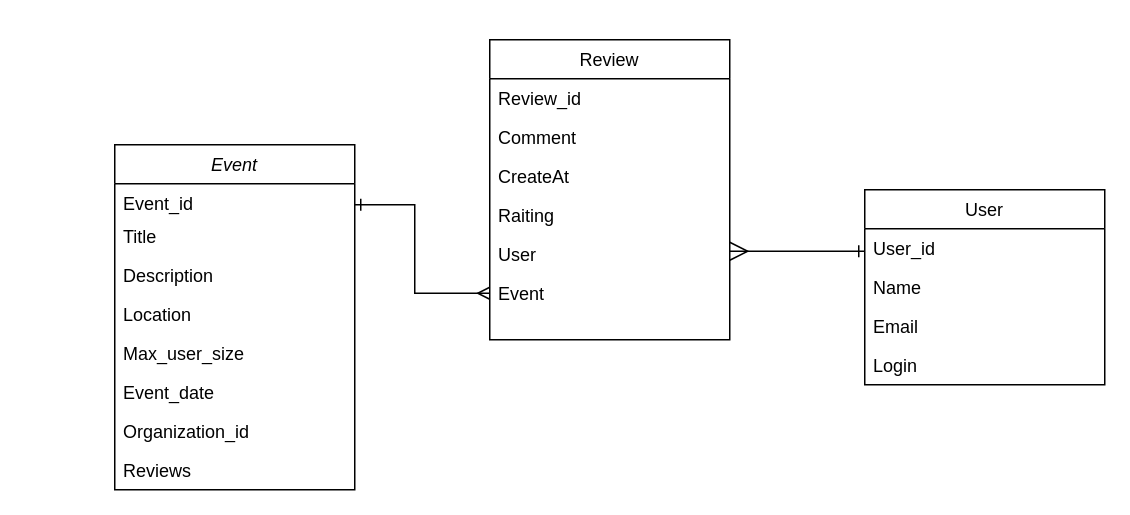
Earlier version of the draw.io diagram src/main/resources/diagrams/EventService.drawio (Kolbasalive/EventService). Source tidied: cells renumbered, new cells numbered last; positions are measured from the earlier drawing's top-left corner, leaving out a move shared by most shapes. Both pictures are drawn from the tidied source at 150%, with x=0, y=0 at pixel (114, 39).
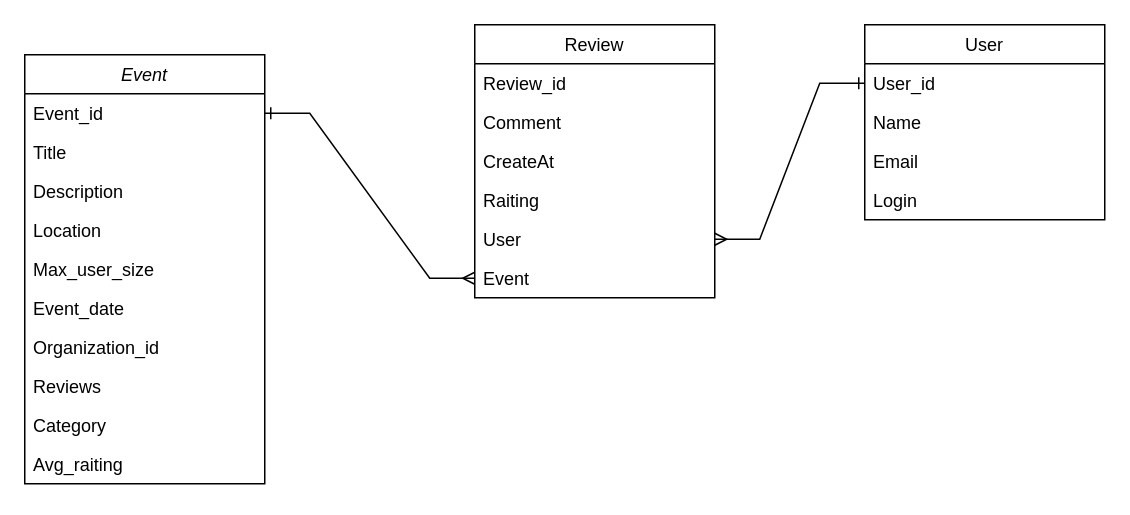
The same diagram, later.

Unchanged cells that the change refers to:
```xml
<mxCell id="12" value="User_id" style="text;align=left;verticalAlign=top;spacingLeft=4;spacingRight=4;overflow=hidden;points=[[0,0.5],[1,0.5]];portConstraint=eastwest;" parent="11" vertex="1">
  <mxGeometry y="26" width="160" height="26" as="geometry" />
</mxCell>
<mxCell id="22" value="User" style="text;align=left;verticalAlign=top;spacingLeft=4;spacingRight=4;overflow=hidden;points=[[0,0.5],[1,0.5]];portConstraint=eastwest;rounded=0;shadow=0;html=0;" parent="17" vertex="1">
  <mxGeometry y="130" width="160" height="26" as="geometry" />
</mxCell>
<mxCell id="23" value="Event" style="text;align=left;verticalAlign=top;spacingLeft=4;spacingRight=4;overflow=hidden;points=[[0,0.5],[1,0.5]];portConstraint=eastwest;rounded=0;shadow=0;html=0;" parent="17" vertex="1">
  <mxGeometry y="156" width="160" height="26" as="geometry" />
</mxCell>
```

Diff of the diagram source:
```diff
@@
     <mxCell id="2" value="Event" style="swimlane;fontStyle=2;align=center;verticalAlign=top;horizontal=1;startSize=26;rounded=0;shadow=0;strokeWidth=1;" parent="1" vertex="1">
-      <mxGeometry y="70" width="160" height="230" as="geometry" />
+      <mxGeometry x="-60" y="10" width="160" height="286" as="geometry" />
     </mxCell>
     <mxCell id="3" value="Event_id" style="text;align=left;verticalAlign=top;spacingLeft=4;spacingRight=4;overflow=hidden;points=[[0,0.5],[1,0.5]];portConstraint=eastwest;rounded=0;shadow=0;html=0;" parent="2" vertex="1">
-      <mxGeometry y="26" width="160" height="22" as="geometry" />
+      <mxGeometry y="26" width="160" height="26" as="geometry" />
     </mxCell>
     <mxCell id="4" value="Title" style="text;align=left;verticalAlign=top;spacingLeft=4;spacingRight=4;overflow=hidden;" parent="2" vertex="1">
-      <mxGeometry y="48" width="160" height="26" as="geometry" />
+      <mxGeometry y="52" width="160" height="26" as="geometry" />
     </mxCell>
     <mxCell id="5" value="Description" style="text;align=left;verticalAlign=top;spacingLeft=4;spacingRight=4;overflow=hidden;rounded=0;shadow=0;html=0;" parent="2" vertex="1">
-      <mxGeometry y="74" width="160" height="26" as="geometry" />
+      <mxGeometry y="78" width="160" height="26" as="geometry" />
     </mxCell>
     <mxCell id="6" value="Location" style="text;align=left;verticalAlign=top;spacingLeft=4;spacingRight=4;overflow=hidden;rounded=0;shadow=0;html=0;" parent="2" vertex="1">
-      <mxGeometry y="100" width="160" height="26" as="geometry" />
+      <mxGeometry y="104" width="160" height="26" as="geometry" />
     </mxCell>
     <mxCell id="7" value="Max_user_size" style="text;align=left;verticalAlign=top;spacingLeft=4;spacingRight=4;overflow=hidden;rounded=0;shadow=0;html=0;" parent="2" vertex="1">
-      <mxGeometry y="126" width="160" height="26" as="geometry" />
+      <mxGeometry y="130" width="160" height="26" as="geometry" />
     </mxCell>
     <mxCell id="8" value="Event_date" style="text;align=left;verticalAlign=top;spacingLeft=4;spacingRight=4;overflow=hidden;rounded=0;shadow=0;html=0;" parent="2" vertex="1">
-      <mxGeometry y="152" width="160" height="26" as="geometry" />
+      <mxGeometry y="156" width="160" height="26" as="geometry" />
     </mxCell>
     <mxCell id="9" value="Organization_id" style="text;align=left;verticalAlign=top;spacingLeft=4;spacingRight=4;overflow=hidden;rounded=0;shadow=0;html=0;" parent="2" vertex="1">
-      <mxGeometry y="178" width="160" height="26" as="geometry" />
+      <mxGeometry y="182" width="160" height="26" as="geometry" />
     </mxCell>
     <mxCell id="10" value="Reviews" style="text;align=left;verticalAlign=top;spacingLeft=4;spacingRight=4;overflow=hidden;rounded=0;shadow=0;html=0;" parent="2" vertex="1">
-      <mxGeometry y="204" width="160" height="26" as="geometry" />
+      <mxGeometry y="208" width="160" height="26" as="geometry" />
     </mxCell>
+    <mxCell id="25" value="Category" style="text;align=left;verticalAlign=top;spacingLeft=4;spacingRight=4;overflow=hidden;rounded=0;shadow=0;html=0;" parent="2" vertex="1">
+      <mxGeometry y="234" width="160" height="26" as="geometry" />
+    </mxCell>
+    <mxCell id="26" value="Avg_raiting" style="text;align=left;verticalAlign=top;spacingLeft=4;spacingRight=4;overflow=hidden;rounded=0;shadow=0;html=0;" parent="2" vertex="1">
+      <mxGeometry y="260" width="160" height="26" as="geometry" />
+    </mxCell>
     <mxCell id="11" value="User" style="swimlane;fontStyle=0;align=center;verticalAlign=top;horizontal=1;startSize=26;rounded=0;shadow=0;strokeWidth=1;" parent="1" vertex="1">
-      <mxGeometry x="500" y="100" width="160" height="130" as="geometry" />
+      <mxGeometry x="500" y="-10" width="160" height="130" as="geometry" />
     </mxCell>
@@
-    <mxCell id="16" style="endArrow=ERmany;endSize=10;endFill=0;shadow=0;strokeWidth=1;rounded=0;curved=0;edgeStyle=elbowEdgeStyle;elbow=vertical;startArrow=ERone;startFill=0;" parent="1" edge="1" source="12" target="22">
-      <mxGeometry relative="1" as="geometry" />
-    </mxCell>
     <mxCell id="17" value="Review" style="swimlane;fontStyle=0;align=center;verticalAlign=top;horizontal=1;startSize=26;rounded=0;shadow=0;strokeWidth=1;" parent="1" vertex="1">
-      <mxGeometry x="250" width="160" height="200" as="geometry" />
+      <mxGeometry x="240" y="-10" width="160" height="182" as="geometry" />
     </mxCell>
@@
-    <mxCell id="24" style="endArrow=ERmany;startArrow=ERone;html=1;rounded=0;startFill=0;endFill=0;entryX=0;entryY=0.5;entryDx=0;entryDy=0;" parent="1" edge="1" target="23">
-      <mxGeometry relative="1" as="geometry">
-        <mxPoint x="160" y="110" as="sourcePoint" />
-        <Array as="points">
-          <mxPoint x="200" y="110" />
-          <mxPoint x="200" y="169" />
-        </Array>
-      </mxGeometry>
-    </mxCell>
+    <mxCell id="27" style="edgeStyle=entityRelationEdgeStyle;fontSize=12;html=1;endArrow=ERone;startArrow=ERmany;rounded=0;entryX=0;entryY=0.5;entryDx=0;entryDy=0;exitX=1;exitY=0.5;exitDx=0;exitDy=0;startFill=0;endFill=0;" parent="1" edge="1" source="22" target="12">
+      <mxGeometry relative="1" as="geometry" />
+    </mxCell>
+    <mxCell id="28" style="edgeStyle=entityRelationEdgeStyle;fontSize=12;html=1;endArrow=ERmany;startArrow=ERone;rounded=0;exitX=1;exitY=0.5;exitDx=0;exitDy=0;startFill=0;endFill=0;" parent="1" edge="1" source="3" target="23">
+      <mxGeometry relative="1" as="geometry" />
+    </mxCell>
```
